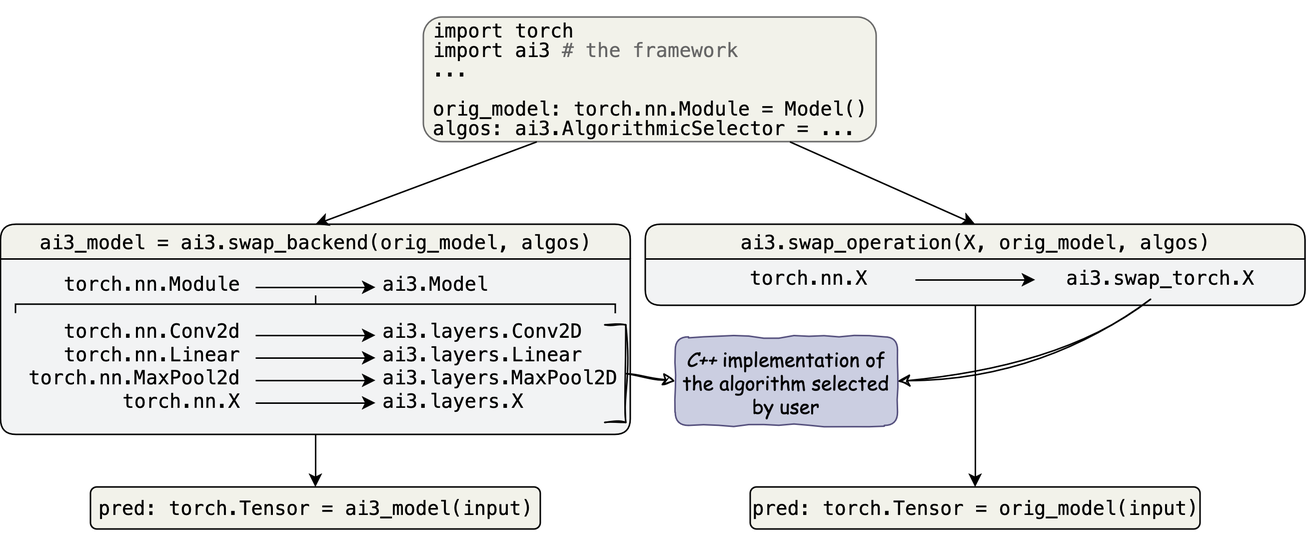
This is docs/_static/framework_overview.png from jacob-leider/data-parallel-smm-2d-convolution, a draw.io export, as it was before one commit. Source tidied: cells renumbered, new cells last; positions are measured from the earlier drawing's top-left corner, leaving out a move shared by most shapes.
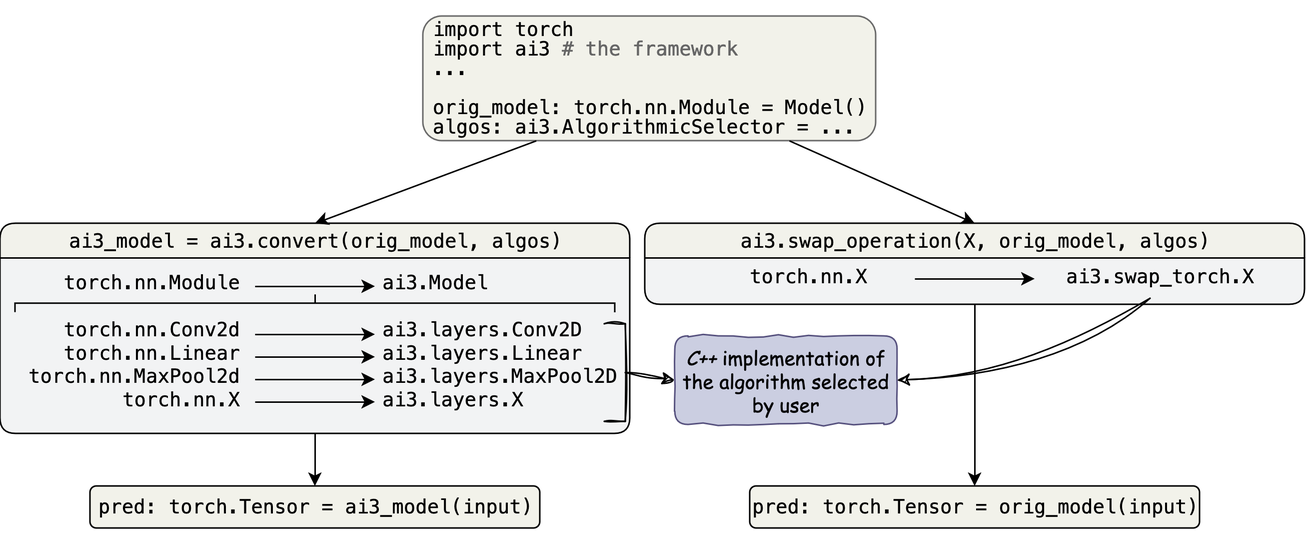
The same file after the commit.

Diff of the diagram source:
```diff
@@ -14,77 +14,77 @@
     <mxCell id="5" value="torch.nn.X" style="edgeLabel;html=1;align=left;verticalAlign=bottom;labelBackgroundColor=none;fontColor=#000000;fontSize=13;fontStyle=0;comic=0;fontFamily=Lucida Console;labelBorderColor=none;textShadow=0;" parent="3" vertex="1">
       <mxGeometry x="68" y="45" as="geometry" />
     </mxCell>
-    <mxCell id="6" style="endArrow=classic;html=1;rounded=0;strokeColor=#000000;fontColor=#000000;fillColor=#FAE5C7;comic=0;fontStyle=0;fontFamily=Lucida Console;labelBackgroundColor=none;labelBorderColor=none;textShadow=0;" parent="3" edge="1">
-      <mxGeometry relative="1" as="geometry">
-        <mxPoint x="180" y="37" as="sourcePoint" />
-        <mxPoint x="260" y="37" as="targetPoint" />
-      </mxGeometry>
-    </mxCell>
-    <mxCell id="7" value="ai3_model = ai3.swap_backend(&lt;font&gt;&lt;span style=&quot;font-size: 13px;&quot;&gt;orig_model&lt;/span&gt;&lt;/font&gt;, algos)" style="swimlane;html=1;labelBackgroundColor=none;fillColor=#f2f2eb;strokeColor=#000000;fontSize=13;rounded=1;fontFamily=Lucida Console;gradientColor=none;swimlaneFillColor=#f2f3f4;fontStyle=0;comic=0;fontColor=#000000;labelBorderColor=none;textShadow=0;" parent="1" vertex="1">
-      <mxGeometry y="147" width="420" height="140" as="geometry" />
-    </mxCell>
+    <mxCell id="27" style="endArrow=classic;html=1;rounded=0;strokeColor=#000000;fontColor=#000000;fillColor=#FAE5C7;comic=0;fontStyle=0;fontFamily=Lucida Console;labelBackgroundColor=none;labelBorderColor=none;textShadow=0;" parent="3" edge="1">
+      <mxGeometry relative="1" as="geometry">
+        <mxPoint x="180" y="37" as="sourcePoint" />
+        <mxPoint x="260" y="37" as="targetPoint" />
+      </mxGeometry>
+    </mxCell>
+    <mxCell id="28" value="ai3_model = ai3.convert(&lt;font&gt;&lt;span style=&quot;font-size: 13px;&quot;&gt;orig_model&lt;/span&gt;&lt;/font&gt;, algos)" style="swimlane;html=1;labelBackgroundColor=none;fillColor=#f2f2eb;strokeColor=#000000;fontSize=13;rounded=1;fontFamily=Lucida Console;gradientColor=none;swimlaneFillColor=#f2f3f4;fontStyle=0;comic=0;fontColor=#000000;labelBorderColor=none;textShadow=0;" parent="1" vertex="1">
+      <mxGeometry y="147" width="420" height="140" as="geometry" />
+    </mxCell>
-    <mxCell id="8" value="&lt;div&gt;ai3.Model&lt;/div&gt;&lt;div&gt;&lt;br&gt;&lt;/div&gt;&lt;div&gt;ai3.layers.Conv2D&lt;br&gt;ai3.layers.Linear&lt;br&gt;ai3.layers.MaxPool2D&lt;br&gt;ai3.layers.X&lt;/div&gt;" style="edgeLabel;html=1;align=left;verticalAlign=bottom;labelBackgroundColor=none;fontColor=#000000;fontSize=13;fontStyle=0;comic=0;fontFamily=Lucida Console;labelBorderColor=none;textShadow=0;" parent="7" vertex="1">
+    <mxCell id="8" value="&lt;div&gt;ai3.Model&lt;/div&gt;&lt;div&gt;&lt;br&gt;&lt;/div&gt;&lt;div&gt;ai3.layers.Conv2D&lt;br&gt;ai3.layers.Linear&lt;br&gt;ai3.layers.MaxPool2D&lt;br&gt;ai3.layers.X&lt;/div&gt;" style="edgeLabel;html=1;align=left;verticalAlign=bottom;labelBackgroundColor=none;fontColor=#000000;fontSize=13;fontStyle=0;comic=0;fontFamily=Lucida Console;labelBorderColor=none;textShadow=0;" parent="28" vertex="1">
       <mxGeometry x="253" y="127" as="geometry" />
     </mxCell>
-    <mxCell id="9" style="strokeWidth=1;html=1;shape=mxgraph.flowchart.annotation_2;align=left;labelPosition=right;strokeColor=#000000;fontColor=#000000;fillColor=#FAE5C7;rotation=90;fontSize=10;fontStyle=0;comic=0;fontFamily=Lucida Console;labelBackgroundColor=none;labelBorderColor=none;textShadow=0;" parent="7" vertex="1">
+    <mxCell id="9" style="strokeWidth=1;html=1;shape=mxgraph.flowchart.annotation_2;align=left;labelPosition=right;strokeColor=#000000;fontColor=#000000;fillColor=#FAE5C7;rotation=90;fontSize=10;fontStyle=0;comic=0;fontFamily=Lucida Console;labelBackgroundColor=none;labelBorderColor=none;textShadow=0;" parent="28" vertex="1">
       <mxGeometry x="204" y="-146.8" width="12" height="400" as="geometry" />
     </mxCell>
-    <mxCell id="10" style="endArrow=classic;html=1;rounded=0;strokeColor=#000000;fontColor=#000000;fillColor=#FAE5C7;comic=0;fontStyle=0;fontFamily=Lucida Console;labelBackgroundColor=none;labelBorderColor=none;textShadow=0;" parent="7" edge="1">
-      <mxGeometry relative="1" as="geometry">
-        <mxPoint x="170" y="42" as="sourcePoint" />
-        <mxPoint x="250" y="42" as="targetPoint" />
-      </mxGeometry>
-    </mxCell>
+    <mxCell id="29" style="endArrow=classic;html=1;rounded=0;strokeColor=#000000;fontColor=#000000;fillColor=#FAE5C7;comic=0;fontStyle=0;fontFamily=Lucida Console;labelBackgroundColor=none;labelBorderColor=none;textShadow=0;" parent="28" edge="1">
+      <mxGeometry relative="1" as="geometry">
+        <mxPoint x="170" y="42" as="sourcePoint" />
+        <mxPoint x="250" y="42" as="targetPoint" />
+      </mxGeometry>
+    </mxCell>
-    <mxCell id="11" value="&lt;div&gt;torch.nn.Module&lt;/div&gt;&lt;div&gt;&lt;br&gt;&lt;/div&gt;&lt;div&gt;torch.nn.Conv2d&lt;/div&gt;torch.nn.Linear&lt;br&gt;torch.nn.MaxPool2d&lt;br&gt;torch.nn.X" style="edgeLabel;html=1;align=right;verticalAlign=bottom;labelBackgroundColor=none;fontColor=#000000;fontSize=13;fontStyle=0;comic=0;fontFamily=Lucida Console;labelBorderColor=none;textShadow=0;" parent="7" vertex="1">
+    <mxCell id="11" value="&lt;div&gt;torch.nn.Module&lt;/div&gt;&lt;div&gt;&lt;br&gt;&lt;/div&gt;&lt;div&gt;torch.nn.Conv2d&lt;/div&gt;torch.nn.Linear&lt;br&gt;torch.nn.MaxPool2d&lt;br&gt;torch.nn.X" style="edgeLabel;html=1;align=right;verticalAlign=bottom;labelBackgroundColor=none;fontColor=#000000;fontSize=13;fontStyle=0;comic=0;fontFamily=Lucida Console;labelBorderColor=none;textShadow=0;" parent="28" vertex="1">
       <mxGeometry x="160" y="127" as="geometry" />
     </mxCell>
-    <mxCell id="12" style="strokeWidth=1;html=1;shape=mxgraph.flowchart.annotation_1;align=left;strokeColor=#000000;fontColor=#000000;fillColor=#FAE5C7;enumerate=0;comic=0;direction=west;sketch=1;curveFitting=1;jiggle=2;sketchStyle=rough;fontStyle=0;fontFamily=Lucida Console;labelBackgroundColor=none;labelBorderColor=none;textShadow=0;" parent="7" vertex="1">
+    <mxCell id="12" style="strokeWidth=1;html=1;shape=mxgraph.flowchart.annotation_1;align=left;strokeColor=#000000;fontColor=#000000;fillColor=#FAE5C7;enumerate=0;comic=0;direction=west;sketch=1;curveFitting=1;jiggle=2;sketchStyle=rough;fontStyle=0;fontFamily=Lucida Console;labelBackgroundColor=none;labelBorderColor=none;textShadow=0;" parent="28" vertex="1">
       <mxGeometry x="403" y="67" width="14" height="65" as="geometry" />
     </mxCell>
-    <mxCell id="13" style="endArrow=classic;html=1;rounded=0;strokeColor=#000000;fontColor=#000000;fillColor=#FAE5C7;comic=0;fontStyle=0;fontFamily=Lucida Console;labelBackgroundColor=none;labelBorderColor=none;textShadow=0;" parent="7" edge="1">
-      <mxGeometry relative="1" as="geometry">
-        <mxPoint x="170" y="74" as="sourcePoint" />
-        <mxPoint x="250" y="74" as="targetPoint" />
-      </mxGeometry>
-    </mxCell>
-    <mxCell id="14" style="endArrow=classic;html=1;rounded=0;strokeColor=#000000;fontColor=#000000;fillColor=#FAE5C7;comic=0;fontStyle=0;fontFamily=Lucida Console;labelBackgroundColor=none;labelBorderColor=none;textShadow=0;" parent="7" edge="1">
-      <mxGeometry relative="1" as="geometry">
-        <mxPoint x="170" y="89" as="sourcePoint" />
-        <mxPoint x="250" y="89" as="targetPoint" />
-      </mxGeometry>
-    </mxCell>
-    <mxCell id="15" style="endArrow=classic;html=1;rounded=0;strokeColor=#000000;fontColor=#000000;fillColor=#FAE5C7;comic=0;fontStyle=0;fontFamily=Lucida Console;labelBackgroundColor=none;labelBorderColor=none;textShadow=0;" parent="7" edge="1">
-      <mxGeometry relative="1" as="geometry">
-        <mxPoint x="170" y="104" as="sourcePoint" />
-        <mxPoint x="250" y="104" as="targetPoint" />
-      </mxGeometry>
-    </mxCell>
-    <mxCell id="16" style="endArrow=classic;html=1;rounded=0;strokeColor=#000000;fontColor=#000000;fillColor=#FAE5C7;comic=0;fontStyle=0;fontFamily=Lucida Console;labelBackgroundColor=none;labelBorderColor=none;textShadow=0;" parent="7" edge="1">
-      <mxGeometry relative="1" as="geometry">
-        <mxPoint x="170" y="119" as="sourcePoint" />
-        <mxPoint x="250" y="119" as="targetPoint" />
-      </mxGeometry>
-    </mxCell>
+    <mxCell id="30" style="endArrow=classic;html=1;rounded=0;strokeColor=#000000;fontColor=#000000;fillColor=#FAE5C7;comic=0;fontStyle=0;fontFamily=Lucida Console;labelBackgroundColor=none;labelBorderColor=none;textShadow=0;" parent="28" edge="1">
+      <mxGeometry relative="1" as="geometry">
+        <mxPoint x="170" y="74" as="sourcePoint" />
+        <mxPoint x="250" y="74" as="targetPoint" />
+      </mxGeometry>
+    </mxCell>
+    <mxCell id="31" style="endArrow=classic;html=1;rounded=0;strokeColor=#000000;fontColor=#000000;fillColor=#FAE5C7;comic=0;fontStyle=0;fontFamily=Lucida Console;labelBackgroundColor=none;labelBorderColor=none;textShadow=0;" parent="28" edge="1">
+      <mxGeometry relative="1" as="geometry">
+        <mxPoint x="170" y="89" as="sourcePoint" />
+        <mxPoint x="250" y="89" as="targetPoint" />
+      </mxGeometry>
+    </mxCell>
+    <mxCell id="32" style="endArrow=classic;html=1;rounded=0;strokeColor=#000000;fontColor=#000000;fillColor=#FAE5C7;comic=0;fontStyle=0;fontFamily=Lucida Console;labelBackgroundColor=none;labelBorderColor=none;textShadow=0;" parent="28" edge="1">
+      <mxGeometry relative="1" as="geometry">
+        <mxPoint x="170" y="104" as="sourcePoint" />
+        <mxPoint x="250" y="104" as="targetPoint" />
+      </mxGeometry>
+    </mxCell>
+    <mxCell id="33" style="endArrow=classic;html=1;rounded=0;strokeColor=#000000;fontColor=#000000;fillColor=#FAE5C7;comic=0;fontStyle=0;fontFamily=Lucida Console;labelBackgroundColor=none;labelBorderColor=none;textShadow=0;" parent="28" edge="1">
+      <mxGeometry relative="1" as="geometry">
+        <mxPoint x="170" y="119" as="sourcePoint" />
+        <mxPoint x="250" y="119" as="targetPoint" />
+      </mxGeometry>
+    </mxCell>
     <mxCell id="17" value="&lt;p style=&quot;line-height: 110%; font-size: 13px;&quot;&gt;&lt;/p&gt;&lt;div style=&quot;font-size: 13px; line-height: 100%;&quot; align=&quot;left&quot;&gt;&lt;font&gt;&lt;span style=&quot;font-size: 13px;&quot;&gt;import torch&lt;br style=&quot;font-size: 13px;&quot;&gt;&lt;/span&gt;&lt;/font&gt;&lt;/div&gt;&lt;div style=&quot;font-size: 13px; line-height: 100%;&quot; align=&quot;left&quot;&gt;&lt;div style=&quot;font-size: 13px; line-height: 100%;&quot; align=&quot;left&quot;&gt;&lt;font&gt;&lt;span style=&quot;font-size: 13px;&quot;&gt;import ai3 &lt;font color=&quot;#666666&quot; style=&quot;font-size: 13px;&quot;&gt;# the framework&lt;/font&gt;&lt;/span&gt;&lt;/font&gt;&lt;/div&gt;&lt;/div&gt;&lt;div style=&quot;font-size: 13px; line-height: 100%;&quot; align=&quot;left&quot;&gt;&lt;font&gt;&lt;span style=&quot;font-size: 13px;&quot;&gt;...&lt;br&gt;&lt;/span&gt;&lt;/font&gt;&lt;/div&gt;&lt;div style=&quot;font-size: 13px; line-height: 100%;&quot; align=&quot;left&quot;&gt;&lt;font&gt;&lt;span style=&quot;font-size: 13px;&quot;&gt;&lt;br style=&quot;font-size: 13px;&quot;&gt;&lt;/span&gt;&lt;/font&gt;&lt;/div&gt;&lt;div style=&quot;font-size: 13px; line-height: 100%;&quot; align=&quot;left&quot;&gt;&lt;font&gt;&lt;span style=&quot;font-size: 13px;&quot;&gt;orig_model: torch.nn.Module = Model()&lt;br&gt;&lt;/span&gt;&lt;/font&gt;&lt;/div&gt;&lt;div style=&quot;font-size: 13px; line-height: 100%;&quot; align=&quot;left&quot;&gt;&lt;font&gt;&lt;span style=&quot;font-size: 13px;&quot;&gt;algos: ai3.AlgorithmicSelector = ...&lt;br style=&quot;font-size: 13px;&quot;&gt;&lt;/span&gt;&lt;/font&gt;&lt;/div&gt;" style="rounded=1;html=1;labelBackgroundColor=none;fillColor=#F2F2EA;strokeColor=#696969;fontColor=#000000;fontSize=13;gradientColor=none;fontStyle=0;comic=0;fontFamily=Lucida Console;labelBorderColor=none;textShadow=0;verticalAlign=bottom;" parent="1" vertex="1">
       <mxGeometry x="282" y="9" width="302" height="83" as="geometry" />
     </mxCell>
     <mxCell id="18" value="&lt;span style=&quot;font-size: 13px;&quot;&gt;pred: torch.Tensor = ai3_model(input)&lt;br style=&quot;font-size: 13px;&quot;&gt;&lt;/span&gt;" style="rounded=1;html=1;labelBackgroundColor=none;fillColor=#F2F2EA;strokeColor=#000000;fontColor=#000000;fontSize=13;glass=0;fontStyle=0;fontFamily=Lucida Console;comic=0;labelBorderColor=none;textShadow=0;" parent="1" vertex="1">
       <mxGeometry x="60" y="322" width="300" height="28" as="geometry" />
     </mxCell>
-    <mxCell id="19" style="endArrow=classic;html=1;rounded=0;entryX=0.5;entryY=0;entryDx=0;entryDy=0;exitX=0.5;exitY=1;exitDx=0;exitDy=0;labelBackgroundColor=none;strokeColor=#000000;fontColor=#000000;fontSize=13;fontStyle=0;comic=0;fontFamily=Lucida Console;labelBorderColor=none;textShadow=0;" parent="1" edge="1" source="7" target="18">
-      <mxGeometry relative="1" as="geometry" />
-    </mxCell>
+    <mxCell id="34" style="endArrow=classic;html=1;rounded=0;entryX=0.5;entryY=0;entryDx=0;entryDy=0;exitX=0.5;exitY=1;exitDx=0;exitDy=0;labelBackgroundColor=none;strokeColor=#000000;fontColor=#000000;fontSize=13;fontStyle=0;comic=0;fontFamily=Lucida Console;labelBorderColor=none;textShadow=0;" parent="1" edge="1" source="28" target="18">
+      <mxGeometry relative="1" as="geometry" />
+    </mxCell>
     <mxCell id="20" style="endArrow=classic;html=1;rounded=1;strokeColor=#000000;fontColor=#000000;fillColor=#FAE5C7;exitX=0;exitY=0.5;exitDx=0;exitDy=0;entryX=0;entryY=0.5;entryDx=0;entryDy=0;strokeWidth=1;sketch=1;curveFitting=1;jiggle=2;curved=0;exitPerimeter=0;comic=0;fontStyle=0;fontFamily=Lucida Console;labelBackgroundColor=none;labelBorderColor=none;textShadow=0;" parent="1" edge="1" source="12" target="23">
       <mxGeometry relative="1" as="geometry" />
     </mxCell>
-    <mxCell id="21" style="endArrow=classic;html=1;rounded=0;strokeColor=#000000;fontColor=#000000;fillColor=#FAE5C7;entryX=1;entryY=0.5;entryDx=0;entryDy=0;strokeWidth=1;sketch=1;curveFitting=1;jiggle=2;curved=1;comic=0;fontStyle=0;fontFamily=Lucida Console;labelBackgroundColor=none;labelBorderColor=none;textShadow=0;" parent="1" edge="1" target="23">
-      <mxGeometry relative="1" as="geometry">
-        <mxPoint x="767" y="197" as="sourcePoint" />
-        <Array as="points">
-          <mxPoint x="697" y="247" />
-        </Array>
-      </mxGeometry>
-    </mxCell>
+    <mxCell id="35" style="endArrow=classic;html=1;rounded=0;strokeColor=#000000;fontColor=#000000;fillColor=#FAE5C7;entryX=1;entryY=0.5;entryDx=0;entryDy=0;strokeWidth=1;sketch=1;curveFitting=1;jiggle=2;curved=1;comic=0;fontStyle=0;fontFamily=Lucida Console;labelBackgroundColor=none;labelBorderColor=none;textShadow=0;" parent="1" edge="1" target="23">
+      <mxGeometry relative="1" as="geometry">
+        <mxPoint x="767" y="197" as="sourcePoint" />
+        <Array as="points">
+          <mxPoint x="697" y="247" />
+        </Array>
+      </mxGeometry>
+    </mxCell>
     <mxCell id="22" value="pred: torch.Tensor = orig_model(input)" style="rounded=1;html=1;labelBackgroundColor=none;fillColor=#F2F2EA;strokeColor=#000000;fontColor=#000000;fontSize=13;glass=0;fontStyle=0;fontFamily=Lucida Console;comic=0;labelBorderColor=none;textShadow=0;" parent="1" vertex="1">
       <mxGeometry x="500" y="322" width="300" height="28" as="geometry" />
     </mxCell>
@@ -94,9 +94,9 @@
     <mxCell id="24" style="endArrow=classic;html=1;rounded=0;strokeColor=#000000;fontColor=#000000;fillColor=#FAE5C7;labelBackgroundColor=none;labelBorderColor=none;textShadow=0;entryX=0.5;entryY=0;entryDx=0;entryDy=0;" parent="1" edge="1" source="17" target="3">
       <mxGeometry relative="1" as="geometry" />
     </mxCell>
-    <mxCell id="25" style="endArrow=classic;html=1;rounded=0;strokeColor=#000000;fontColor=#000000;fillColor=#FAE5C7;exitX=0.25;exitY=1;exitDx=0;exitDy=0;labelBackgroundColor=none;labelBorderColor=none;textShadow=0;entryX=0.5;entryY=0;entryDx=0;entryDy=0;" parent="1" edge="1" source="17" target="7">
-      <mxGeometry relative="1" as="geometry" />
-    </mxCell>
+    <mxCell id="36" style="endArrow=classic;html=1;rounded=0;strokeColor=#000000;fontColor=#000000;fillColor=#FAE5C7;exitX=0.25;exitY=1;exitDx=0;exitDy=0;labelBackgroundColor=none;labelBorderColor=none;textShadow=0;entryX=0.5;entryY=0;entryDx=0;entryDy=0;" parent="1" edge="1" source="17" target="28">
+      <mxGeometry relative="1" as="geometry" />
+    </mxCell>
     <mxCell id="26" style="edgeStyle=orthogonalEdgeStyle;rounded=0;orthogonalLoop=1;jettySize=auto;html=1;exitX=0.5;exitY=1;exitDx=0;exitDy=0;strokeColor=#A8201A;fontColor=#000000;fillColor=#FAE5C7;labelBackgroundColor=none;labelBorderColor=none;textShadow=0;" parent="1" edge="1" source="18" target="18">
       <mxGeometry relative="1" as="geometry" />
     </mxCell>
```
